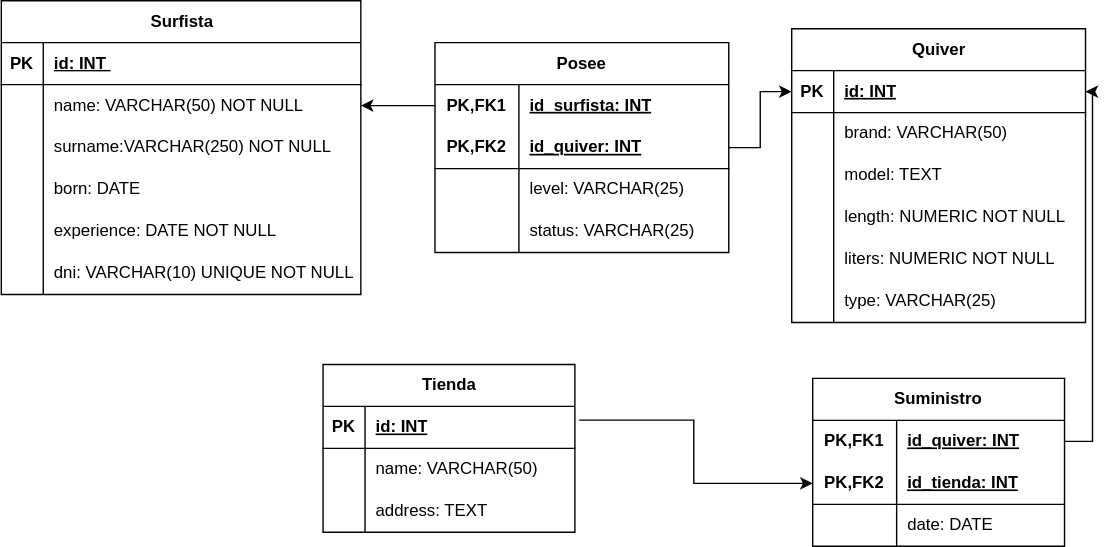
Before: MR_Ejercicio_1_BBDD-2.drawio-1.svg, a diagram exported from draw.io (oregaladoleon/oscar_regaladoleon_db). Source tidied: cells renumbered, new cells last; positions are measured from the earlier drawing's top-left corner, leaving out a move shared by most shapes. Source of this version:
```xml
<mxGraphModel>
  <root>
    <mxCell id="0" />
    <mxCell id="1" parent="0" />
    <mxCell id="2" style="edgeStyle=orthogonalEdgeStyle;rounded=0;jettySize=auto;html=1;entryX=0;entryY=0.5;entryDx=0;entryDy=0;exitX=1;exitY=0.5;exitDx=0;exitDy=0;" parent="1" edge="1" source="27" target="37">
      <mxGeometry relative="1" as="geometry" />
    </mxCell>
    <mxCell id="3" style="edgeStyle=orthogonalEdgeStyle;rounded=0;jettySize=auto;html=1;exitX=0;exitY=0.5;exitDx=0;exitDy=0;" parent="1" edge="1" source="24" target="8">
      <mxGeometry relative="1" as="geometry" />
    </mxCell>
    <mxCell id="4" value="Surfista" style="shape=table;startSize=30;rowLines=0;fontStyle=1;align=center;html=1;" parent="1" vertex="1">
      <mxGeometry width="257" height="210" as="geometry" />
    </mxCell>
    <mxCell id="5" style="shape=tableRow;horizontal=0;startSize=0;swimlaneHead=0;swimlaneBody=0;fillColor=none;top=0;left=0;right=0;bottom=1;" parent="4" vertex="1">
      <mxGeometry y="30" width="257" height="30" as="geometry" />
    </mxCell>
    <mxCell id="6" value="PK" style="shape=partialRectangle;fillColor=none;top=0;left=0;bottom=0;right=0;fontStyle=1;overflow=hidden;whiteSpace=wrap;html=1;" parent="5" vertex="1">
      <mxGeometry width="30" height="30" as="geometry" />
    </mxCell>
    <mxCell id="7" value="id: INT&amp;nbsp;" style="shape=partialRectangle;fillColor=none;top=0;left=0;bottom=0;right=0;align=left;spacingLeft=6;fontStyle=5;overflow=hidden;whiteSpace=wrap;html=1;" parent="5" vertex="1">
      <mxGeometry x="30" width="227" height="30" as="geometry" />
    </mxCell>
    <mxCell id="8" style="shape=tableRow;horizontal=0;startSize=0;swimlaneHead=0;swimlaneBody=0;fillColor=none;points=[[0,0.5],[1,0.5]];portConstraint=eastwest;top=0;left=0;right=0;bottom=0;" parent="4" vertex="1">
      <mxGeometry y="60" width="257" height="30" as="geometry" />
    </mxCell>
    <mxCell id="9" style="shape=partialRectangle;fillColor=none;top=0;left=0;bottom=0;right=0;overflow=hidden;whiteSpace=wrap;html=1;" parent="8" vertex="1">
      <mxGeometry width="30" height="30" as="geometry" />
    </mxCell>
    <mxCell id="10" value="name: VARCHAR(50) NOT NULL" style="shape=partialRectangle;fillColor=none;top=0;left=0;bottom=0;right=0;align=left;spacingLeft=6;overflow=hidden;whiteSpace=wrap;html=1;" parent="8" vertex="1">
      <mxGeometry x="30" width="227" height="30" as="geometry" />
    </mxCell>
    <mxCell id="11" style="shape=tableRow;horizontal=0;startSize=0;swimlaneHead=0;swimlaneBody=0;fillColor=none;top=0;left=0;right=0;bottom=0;" parent="4" vertex="1">
      <mxGeometry y="90" width="257" height="30" as="geometry" />
    </mxCell>
    <mxCell id="12" style="shape=partialRectangle;fillColor=none;top=0;left=0;bottom=0;right=0;overflow=hidden;whiteSpace=wrap;html=1;" parent="11" vertex="1">
      <mxGeometry width="30" height="30" as="geometry" />
    </mxCell>
    <mxCell id="13" value="surname:VARCHAR(250) NOT NULL" style="shape=partialRectangle;fillColor=none;top=0;left=0;bottom=0;right=0;align=left;spacingLeft=6;overflow=hidden;whiteSpace=wrap;html=1;" parent="11" vertex="1">
      <mxGeometry x="30" width="227" height="30" as="geometry" />
    </mxCell>
    <mxCell id="14" style="shape=tableRow;horizontal=0;startSize=0;swimlaneHead=0;swimlaneBody=0;fillColor=none;top=0;left=0;right=0;bottom=0;" parent="4" vertex="1">
      <mxGeometry y="120" width="257" height="30" as="geometry" />
    </mxCell>
    <mxCell id="15" style="shape=partialRectangle;fillColor=none;top=0;left=0;bottom=0;right=0;overflow=hidden;whiteSpace=wrap;html=1;" parent="14" vertex="1">
      <mxGeometry width="30" height="30" as="geometry" />
    </mxCell>
    <mxCell id="16" value="born: DATE" style="shape=partialRectangle;fillColor=none;top=0;left=0;bottom=0;right=0;align=left;spacingLeft=6;overflow=hidden;whiteSpace=wrap;html=1;" parent="14" vertex="1">
      <mxGeometry x="30" width="227" height="30" as="geometry" />
    </mxCell>
    <mxCell id="17" style="shape=tableRow;horizontal=0;startSize=0;swimlaneHead=0;swimlaneBody=0;fillColor=none;top=0;left=0;right=0;bottom=0;" parent="4" vertex="1">
      <mxGeometry y="150" width="257" height="30" as="geometry" />
    </mxCell>
    <mxCell id="18" style="shape=partialRectangle;fillColor=none;top=0;left=0;bottom=0;right=0;overflow=hidden;whiteSpace=wrap;html=1;" parent="17" vertex="1">
      <mxGeometry width="30" height="30" as="geometry" />
    </mxCell>
    <mxCell id="19" value="experience: DATE NOT NULL" style="shape=partialRectangle;fillColor=none;top=0;left=0;bottom=0;right=0;align=left;spacingLeft=6;overflow=hidden;whiteSpace=wrap;html=1;" parent="17" vertex="1">
      <mxGeometry x="30" width="227" height="30" as="geometry" />
    </mxCell>
    <mxCell id="20" style="shape=tableRow;horizontal=0;startSize=0;swimlaneHead=0;swimlaneBody=0;fillColor=none;top=0;left=0;right=0;bottom=0;" parent="4" vertex="1">
      <mxGeometry y="180" width="257" height="30" as="geometry" />
    </mxCell>
    <mxCell id="21" style="shape=partialRectangle;fillColor=none;top=0;left=0;bottom=0;right=0;overflow=hidden;whiteSpace=wrap;html=1;" parent="20" vertex="1">
      <mxGeometry width="30" height="30" as="geometry" />
    </mxCell>
    <mxCell id="22" value="dni: VARCHAR(10) UNIQUE NOT NULL" style="shape=partialRectangle;fillColor=none;top=0;left=0;bottom=0;right=0;align=left;spacingLeft=6;overflow=hidden;whiteSpace=wrap;html=1;" parent="20" vertex="1">
      <mxGeometry x="30" width="227" height="30" as="geometry" />
    </mxCell>
    <mxCell id="23" value="Posee" style="shape=table;startSize=30;rowLines=0;fontStyle=1;align=center;html=1;whiteSpace=wrap;" parent="1" vertex="1">
      <mxGeometry x="310" y="30" width="210" height="150" as="geometry" />
    </mxCell>
    <mxCell id="24" style="shape=tableRow;horizontal=0;startSize=0;swimlaneHead=0;swimlaneBody=0;fillColor=none;points=[[0,0.5],[1,0.5]];portConstraint=eastwest;top=0;left=0;right=0;bottom=0;html=1;" parent="23" vertex="1">
      <mxGeometry y="30" width="210" height="30" as="geometry" />
    </mxCell>
    <mxCell id="25" value="PK,FK1" style="shape=partialRectangle;fillColor=none;top=0;left=0;bottom=0;right=0;fontStyle=1;overflow=hidden;html=1;whiteSpace=wrap;" parent="24" vertex="1">
      <mxGeometry width="60" height="30" as="geometry" />
    </mxCell>
    <mxCell id="26" value="&lt;b&gt;&lt;u&gt;id_surfista: INT&lt;/u&gt;&lt;/b&gt;" style="shape=partialRectangle;fillColor=none;top=0;left=0;bottom=0;right=0;align=left;spacingLeft=6;fontStyle=5;overflow=hidden;html=1;whiteSpace=wrap;" parent="24" vertex="1">
      <mxGeometry x="60" width="150" height="30" as="geometry" />
    </mxCell>
    <mxCell id="27" style="shape=tableRow;horizontal=0;startSize=0;swimlaneHead=0;swimlaneBody=0;fillColor=none;points=[[0,0.5],[1,0.5]];portConstraint=eastwest;top=0;left=0;right=0;bottom=1;html=1;" parent="23" vertex="1">
      <mxGeometry y="60" width="210" height="30" as="geometry" />
    </mxCell>
    <mxCell id="28" value="PK,FK2" style="shape=partialRectangle;fillColor=none;top=0;left=0;bottom=0;right=0;fontStyle=1;overflow=hidden;html=1;whiteSpace=wrap;" parent="27" vertex="1">
      <mxGeometry width="60" height="30" as="geometry" />
    </mxCell>
    <mxCell id="29" value="&lt;b&gt;&lt;u&gt;id_quiver: INT&lt;/u&gt;&lt;/b&gt;" style="shape=partialRectangle;fillColor=none;top=0;left=0;bottom=0;right=0;align=left;spacingLeft=6;fontStyle=5;overflow=hidden;html=1;whiteSpace=wrap;" parent="27" vertex="1">
      <mxGeometry x="60" width="150" height="30" as="geometry" />
    </mxCell>
    <mxCell id="30" style="shape=tableRow;horizontal=0;startSize=0;swimlaneHead=0;swimlaneBody=0;fillColor=none;top=0;left=0;right=0;bottom=0;html=1;" parent="23" vertex="1">
      <mxGeometry y="90" width="210" height="30" as="geometry" />
    </mxCell>
    <mxCell id="31" style="shape=partialRectangle;fillColor=none;top=0;left=0;bottom=0;right=0;overflow=hidden;html=1;whiteSpace=wrap;" parent="30" vertex="1">
      <mxGeometry width="60" height="30" as="geometry" />
    </mxCell>
    <mxCell id="32" value="level: VARCHAR(25)" style="shape=partialRectangle;fillColor=none;top=0;left=0;bottom=0;right=0;align=left;spacingLeft=6;overflow=hidden;html=1;whiteSpace=wrap;" parent="30" vertex="1">
      <mxGeometry x="60" width="150" height="30" as="geometry" />
    </mxCell>
    <mxCell id="33" style="shape=tableRow;horizontal=0;startSize=0;swimlaneHead=0;swimlaneBody=0;fillColor=none;top=0;left=0;right=0;bottom=0;html=1;" parent="23" vertex="1">
      <mxGeometry y="120" width="210" height="30" as="geometry" />
    </mxCell>
    <mxCell id="34" style="shape=partialRectangle;fillColor=none;top=0;left=0;bottom=0;right=0;overflow=hidden;html=1;whiteSpace=wrap;" parent="33" vertex="1">
      <mxGeometry width="60" height="30" as="geometry" />
    </mxCell>
    <mxCell id="35" value="status: VARCHAR(25)" style="shape=partialRectangle;fillColor=none;top=0;left=0;bottom=0;right=0;align=left;spacingLeft=6;overflow=hidden;html=1;whiteSpace=wrap;" parent="33" vertex="1">
      <mxGeometry x="60" width="150" height="30" as="geometry" />
    </mxCell>
    <mxCell id="36" value="Quiver" style="shape=table;startSize=30;rowLines=0;fontStyle=1;align=center;html=1;" parent="1" vertex="1">
      <mxGeometry x="565" y="20" width="210" height="210" as="geometry" />
    </mxCell>
    <mxCell id="37" style="shape=tableRow;horizontal=0;startSize=0;swimlaneHead=0;swimlaneBody=0;fillColor=none;points=[[0,0.5],[1,0.5]];portConstraint=eastwest;top=0;left=0;right=0;bottom=1;" parent="36" vertex="1">
      <mxGeometry y="30" width="210" height="30" as="geometry" />
    </mxCell>
    <mxCell id="38" value="PK" style="shape=partialRectangle;fillColor=none;top=0;left=0;bottom=0;right=0;fontStyle=1;overflow=hidden;whiteSpace=wrap;html=1;" parent="37" vertex="1">
      <mxGeometry width="30" height="30" as="geometry" />
    </mxCell>
    <mxCell id="39" value="&lt;div&gt;&lt;b&gt;&lt;u&gt;id: INT&lt;/u&gt;&lt;/b&gt;&lt;/div&gt;" style="shape=partialRectangle;fillColor=none;top=0;left=0;bottom=0;right=0;align=left;spacingLeft=6;fontStyle=5;overflow=hidden;whiteSpace=wrap;html=1;" parent="37" vertex="1">
      <mxGeometry x="30" width="180" height="30" as="geometry" />
    </mxCell>
    <mxCell id="40" style="shape=tableRow;horizontal=0;startSize=0;swimlaneHead=0;swimlaneBody=0;fillColor=none;top=0;left=0;right=0;bottom=0;" parent="36" vertex="1">
      <mxGeometry y="60" width="210" height="30" as="geometry" />
    </mxCell>
    <mxCell id="41" style="shape=partialRectangle;fillColor=none;top=0;left=0;bottom=0;right=0;overflow=hidden;whiteSpace=wrap;html=1;" parent="40" vertex="1">
      <mxGeometry width="30" height="30" as="geometry" />
    </mxCell>
    <mxCell id="42" value="brand: VARCHAR(50)" style="shape=partialRectangle;fillColor=none;top=0;left=0;bottom=0;right=0;align=left;spacingLeft=6;overflow=hidden;whiteSpace=wrap;html=1;" parent="40" vertex="1">
      <mxGeometry x="30" width="180" height="30" as="geometry" />
    </mxCell>
    <mxCell id="43" style="shape=tableRow;horizontal=0;startSize=0;swimlaneHead=0;swimlaneBody=0;fillColor=none;top=0;left=0;right=0;bottom=0;" parent="36" vertex="1">
      <mxGeometry y="90" width="210" height="30" as="geometry" />
    </mxCell>
    <mxCell id="44" style="shape=partialRectangle;fillColor=none;top=0;left=0;bottom=0;right=0;overflow=hidden;whiteSpace=wrap;html=1;" parent="43" vertex="1">
      <mxGeometry width="30" height="30" as="geometry" />
    </mxCell>
    <mxCell id="45" value="model: TEXT" style="shape=partialRectangle;fillColor=none;top=0;left=0;bottom=0;right=0;align=left;spacingLeft=6;overflow=hidden;whiteSpace=wrap;html=1;" parent="43" vertex="1">
      <mxGeometry x="30" width="180" height="30" as="geometry" />
    </mxCell>
    <mxCell id="46" style="shape=tableRow;horizontal=0;startSize=0;swimlaneHead=0;swimlaneBody=0;fillColor=none;top=0;left=0;right=0;bottom=0;" parent="36" vertex="1">
      <mxGeometry y="120" width="210" height="30" as="geometry" />
    </mxCell>
    <mxCell id="47" style="shape=partialRectangle;fillColor=none;top=0;left=0;bottom=0;right=0;overflow=hidden;whiteSpace=wrap;html=1;" parent="46" vertex="1">
      <mxGeometry width="30" height="30" as="geometry" />
    </mxCell>
    <mxCell id="48" value="length: NUMERIC NOT NULL" style="shape=partialRectangle;fillColor=none;top=0;left=0;bottom=0;right=0;align=left;spacingLeft=6;overflow=hidden;whiteSpace=wrap;html=1;" parent="46" vertex="1">
      <mxGeometry x="30" width="180" height="30" as="geometry" />
    </mxCell>
    <mxCell id="49" style="shape=tableRow;horizontal=0;startSize=0;swimlaneHead=0;swimlaneBody=0;fillColor=none;top=0;left=0;right=0;bottom=0;" parent="36" vertex="1">
      <mxGeometry y="150" width="210" height="30" as="geometry" />
    </mxCell>
    <mxCell id="50" style="shape=partialRectangle;fillColor=none;top=0;left=0;bottom=0;right=0;overflow=hidden;whiteSpace=wrap;html=1;" parent="49" vertex="1">
      <mxGeometry width="30" height="30" as="geometry" />
    </mxCell>
    <mxCell id="51" value="liters: NUMERIC NOT NULL" style="shape=partialRectangle;fillColor=none;top=0;left=0;bottom=0;right=0;align=left;spacingLeft=6;overflow=hidden;whiteSpace=wrap;html=1;" parent="49" vertex="1">
      <mxGeometry x="30" width="180" height="30" as="geometry" />
    </mxCell>
    <mxCell id="52" style="shape=tableRow;horizontal=0;startSize=0;swimlaneHead=0;swimlaneBody=0;fillColor=none;top=0;left=0;right=0;bottom=0;" parent="36" vertex="1">
      <mxGeometry y="180" width="210" height="30" as="geometry" />
    </mxCell>
    <mxCell id="53" style="shape=partialRectangle;fillColor=none;top=0;left=0;bottom=0;right=0;overflow=hidden;whiteSpace=wrap;html=1;" parent="52" vertex="1">
      <mxGeometry width="30" height="30" as="geometry" />
    </mxCell>
    <mxCell id="54" value="type: VARCHAR(25)" style="shape=partialRectangle;fillColor=none;top=0;left=0;bottom=0;right=0;align=left;spacingLeft=6;overflow=hidden;whiteSpace=wrap;html=1;" parent="52" vertex="1">
      <mxGeometry x="30" width="180" height="30" as="geometry" />
    </mxCell>
    <mxCell id="55" value="Suministro" style="shape=table;startSize=30;rowLines=0;fontStyle=1;align=center;html=1;whiteSpace=wrap;" parent="1" vertex="1">
      <mxGeometry x="580" y="270" width="180" height="120" as="geometry" />
    </mxCell>
    <mxCell id="56" style="shape=tableRow;horizontal=0;startSize=0;swimlaneHead=0;swimlaneBody=0;fillColor=none;points=[[0,0.5],[1,0.5]];portConstraint=eastwest;top=0;left=0;right=0;bottom=0;html=1;" parent="55" vertex="1">
      <mxGeometry y="30" width="180" height="30" as="geometry" />
    </mxCell>
    <mxCell id="57" value="PK,FK1" style="shape=partialRectangle;fillColor=none;top=0;left=0;bottom=0;right=0;fontStyle=1;overflow=hidden;html=1;whiteSpace=wrap;" parent="56" vertex="1">
      <mxGeometry width="60" height="30" as="geometry" />
    </mxCell>
    <mxCell id="58" value="&lt;b&gt;&lt;u&gt;id_quiver: INT&lt;/u&gt;&lt;/b&gt;" style="shape=partialRectangle;fillColor=none;top=0;left=0;bottom=0;right=0;align=left;spacingLeft=6;fontStyle=5;overflow=hidden;html=1;whiteSpace=wrap;" parent="56" vertex="1">
      <mxGeometry x="60" width="120" height="30" as="geometry" />
    </mxCell>
    <mxCell id="59" style="shape=tableRow;horizontal=0;startSize=0;swimlaneHead=0;swimlaneBody=0;fillColor=none;points=[[0,0.5],[1,0.5]];portConstraint=eastwest;top=0;left=0;right=0;bottom=1;html=1;" parent="55" vertex="1">
      <mxGeometry y="60" width="180" height="30" as="geometry" />
    </mxCell>
    <mxCell id="60" value="PK,FK2" style="shape=partialRectangle;fillColor=none;top=0;left=0;bottom=0;right=0;fontStyle=1;overflow=hidden;html=1;whiteSpace=wrap;" parent="59" vertex="1">
      <mxGeometry width="60" height="30" as="geometry" />
    </mxCell>
    <mxCell id="61" value="&lt;b&gt;&lt;u&gt;id_tienda: INT&lt;/u&gt;&lt;/b&gt;" style="shape=partialRectangle;fillColor=none;top=0;left=0;bottom=0;right=0;align=left;spacingLeft=6;fontStyle=5;overflow=hidden;html=1;whiteSpace=wrap;" parent="59" vertex="1">
      <mxGeometry x="60" width="120" height="30" as="geometry" />
    </mxCell>
    <mxCell id="62" style="shape=tableRow;horizontal=0;startSize=0;swimlaneHead=0;swimlaneBody=0;fillColor=none;top=0;left=0;right=0;bottom=0;html=1;" parent="55" vertex="1">
      <mxGeometry y="90" width="180" height="30" as="geometry" />
    </mxCell>
    <mxCell id="63" style="shape=partialRectangle;fillColor=none;top=0;left=0;bottom=0;right=0;overflow=hidden;html=1;whiteSpace=wrap;" parent="62" vertex="1">
      <mxGeometry width="60" height="30" as="geometry" />
    </mxCell>
    <mxCell id="64" value="date: DATE" style="shape=partialRectangle;fillColor=none;top=0;left=0;bottom=0;right=0;align=left;spacingLeft=6;overflow=hidden;html=1;whiteSpace=wrap;" parent="62" vertex="1">
      <mxGeometry x="60" width="120" height="30" as="geometry" />
    </mxCell>
    <mxCell id="65" value="Tienda" style="shape=table;startSize=30;rowLines=0;fontStyle=1;align=center;html=1;" parent="1" vertex="1">
      <mxGeometry x="230" y="260" width="180" height="120" as="geometry" />
    </mxCell>
    <mxCell id="66" style="shape=tableRow;horizontal=0;startSize=0;swimlaneHead=0;swimlaneBody=0;fillColor=none;points=[[0,0.5],[1,0.5]];portConstraint=eastwest;top=0;left=0;right=0;bottom=1;" parent="65" vertex="1">
      <mxGeometry y="30" width="180" height="30" as="geometry" />
    </mxCell>
    <mxCell id="67" value="PK" style="shape=partialRectangle;fillColor=none;top=0;left=0;bottom=0;right=0;fontStyle=1;overflow=hidden;whiteSpace=wrap;html=1;" parent="66" vertex="1">
      <mxGeometry width="30" height="30" as="geometry" />
    </mxCell>
    <mxCell id="68" value="&lt;b&gt;&lt;u&gt;id: INT&lt;/u&gt;&lt;/b&gt;" style="shape=partialRectangle;fillColor=none;top=0;left=0;bottom=0;right=0;align=left;spacingLeft=6;fontStyle=5;overflow=hidden;whiteSpace=wrap;html=1;" parent="66" vertex="1">
      <mxGeometry x="30" width="150" height="30" as="geometry" />
    </mxCell>
    <mxCell id="69" style="shape=tableRow;horizontal=0;startSize=0;swimlaneHead=0;swimlaneBody=0;fillColor=none;top=0;left=0;right=0;bottom=0;" parent="65" vertex="1">
      <mxGeometry y="60" width="180" height="30" as="geometry" />
    </mxCell>
    <mxCell id="70" style="shape=partialRectangle;fillColor=none;top=0;left=0;bottom=0;right=0;overflow=hidden;whiteSpace=wrap;html=1;" parent="69" vertex="1">
      <mxGeometry width="30" height="30" as="geometry" />
    </mxCell>
    <mxCell id="71" value="name: VARCHAR(50)" style="shape=partialRectangle;fillColor=none;top=0;left=0;bottom=0;right=0;align=left;spacingLeft=6;overflow=hidden;whiteSpace=wrap;html=1;" parent="69" vertex="1">
      <mxGeometry x="30" width="150" height="30" as="geometry" />
    </mxCell>
    <mxCell id="72" style="shape=tableRow;horizontal=0;startSize=0;swimlaneHead=0;swimlaneBody=0;fillColor=none;top=0;left=0;right=0;bottom=0;" parent="65" vertex="1">
      <mxGeometry y="90" width="180" height="30" as="geometry" />
    </mxCell>
    <mxCell id="73" style="shape=partialRectangle;fillColor=none;top=0;left=0;bottom=0;right=0;overflow=hidden;whiteSpace=wrap;html=1;" parent="72" vertex="1">
      <mxGeometry width="30" height="30" as="geometry" />
    </mxCell>
    <mxCell id="74" value="address: TEXT" style="shape=partialRectangle;fillColor=none;top=0;left=0;bottom=0;right=0;align=left;spacingLeft=6;overflow=hidden;whiteSpace=wrap;html=1;" parent="72" vertex="1">
      <mxGeometry x="30" width="150" height="30" as="geometry" />
    </mxCell>
    <mxCell id="75" style="edgeStyle=orthogonalEdgeStyle;jettySize=auto;html=1;rounded=0;exitX=1.017;exitY=0.328;exitDx=0;exitDy=0;exitPerimeter=0;entryX=0;entryY=0.5;entryDx=0;entryDy=0;" parent="1" edge="1" source="66" target="59">
      <mxGeometry relative="1" as="geometry" />
    </mxCell>
    <mxCell id="76" style="edgeStyle=orthogonalEdgeStyle;jettySize=auto;html=1;rounded=0;entryX=1;entryY=0.5;entryDx=0;entryDy=0;exitX=1;exitY=0.5;exitDx=0;exitDy=0;" parent="1" edge="1" source="56" target="37">
      <mxGeometry relative="1" as="geometry" />
    </mxCell>
  </root>
</mxGraphModel>
```
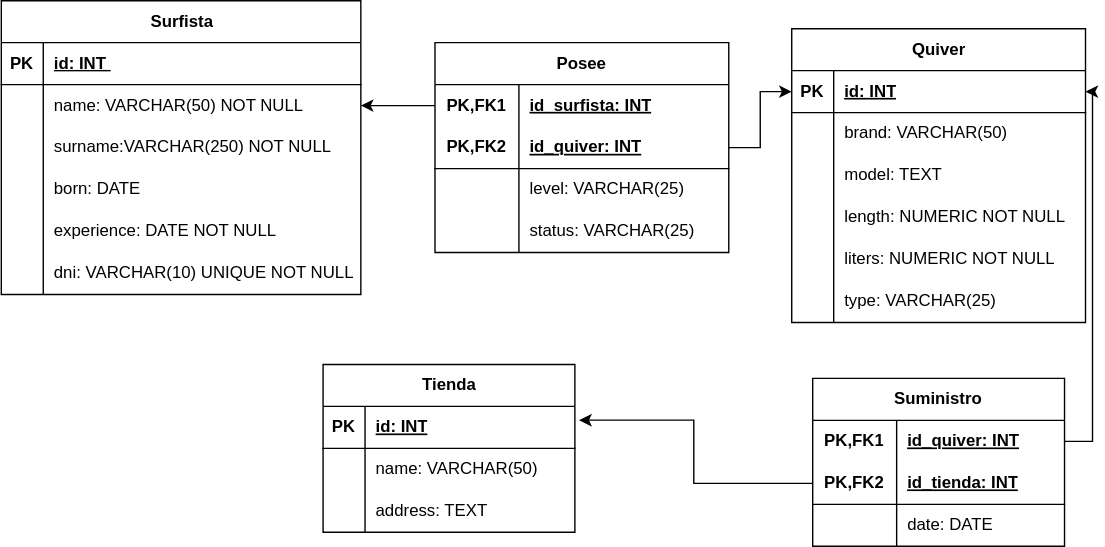
After the commit.

The edit, as a diff of the source:
```diff
@@ -221,7 +221,7 @@
     <mxCell id="74" value="address: TEXT" style="shape=partialRectangle;fillColor=none;top=0;left=0;bottom=0;right=0;align=left;spacingLeft=6;overflow=hidden;whiteSpace=wrap;html=1;" parent="72" vertex="1">
       <mxGeometry x="30" width="150" height="30" as="geometry" />
     </mxCell>
-    <mxCell id="75" style="edgeStyle=orthogonalEdgeStyle;jettySize=auto;html=1;rounded=0;exitX=1.017;exitY=0.328;exitDx=0;exitDy=0;exitPerimeter=0;entryX=0;entryY=0.5;entryDx=0;entryDy=0;" parent="1" edge="1" source="66" target="59">
+    <mxCell id="75" style="edgeStyle=orthogonalEdgeStyle;jettySize=auto;html=1;rounded=0;exitX=1.017;exitY=0.328;exitDx=0;exitDy=0;exitPerimeter=0;entryX=0;entryY=0.5;entryDx=0;entryDy=0;startArrow=classic;startFill=1;endArrow=none;endFill=0;" parent="1" edge="1" source="66" target="59">
       <mxGeometry relative="1" as="geometry" />
     </mxCell>
     <mxCell id="76" style="edgeStyle=orthogonalEdgeStyle;jettySize=auto;html=1;rounded=0;entryX=1;entryY=0.5;entryDx=0;entryDy=0;exitX=1;exitY=0.5;exitDx=0;exitDy=0;" parent="1" edge="1" source="56" target="37">
```
